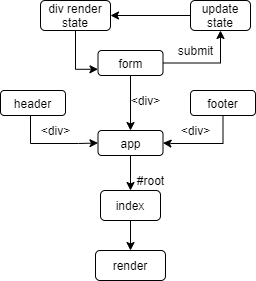
Before: uml.png, a diagram exported from draw.io (MousaSbbah/RESTy). Source tidied: cells renumbered, new cells last; positions are measured from the earlier drawing's top-left corner, leaving out a move shared by most shapes. Source of this version:
```xml
<mxGraphModel background="#ffffff">
  <root>
    <mxCell id="0" />
    <mxCell id="1" parent="0" />
    <mxCell id="2" style="edgeStyle=orthogonalEdgeStyle;rounded=0;jettySize=auto;html=1;entryX=0.5;entryY=0;entryDx=0;entryDy=0;" parent="1" edge="1" source="3" target="22">
      <mxGeometry relative="1" as="geometry" />
    </mxCell>
    <mxCell id="3" value="index" style="rounded=1;whiteSpace=wrap;html=1;" parent="1" vertex="1">
      <mxGeometry x="100" y="190" width="60" height="30" as="geometry" />
    </mxCell>
    <mxCell id="4" style="edgeStyle=orthogonalEdgeStyle;rounded=0;jettySize=auto;html=1;" parent="1" edge="1" source="5" target="3">
      <mxGeometry relative="1" as="geometry" />
    </mxCell>
    <mxCell id="5" value="app" style="rounded=1;whiteSpace=wrap;html=1;" parent="1" vertex="1">
      <mxGeometry x="97.5" y="130" width="65" height="25" as="geometry" />
    </mxCell>
    <mxCell id="6" style="edgeStyle=orthogonalEdgeStyle;rounded=0;jettySize=auto;html=1;entryX=0;entryY=0.5;entryDx=0;entryDy=0;" parent="1" edge="1" source="7" target="5">
      <mxGeometry relative="1" as="geometry">
        <Array as="points">
          <mxPoint x="30" y="143" />
          <mxPoint x="78" y="143" />
        </Array>
      </mxGeometry>
    </mxCell>
    <mxCell id="7" value="header" style="rounded=1;whiteSpace=wrap;html=1;" parent="1" vertex="1">
      <mxGeometry y="90" width="65" height="25" as="geometry" />
    </mxCell>
    <mxCell id="8" style="edgeStyle=orthogonalEdgeStyle;rounded=0;jettySize=auto;html=1;entryX=0.5;entryY=0;entryDx=0;entryDy=0;" parent="1" edge="1" source="10" target="5">
      <mxGeometry relative="1" as="geometry" />
    </mxCell>
    <mxCell id="9" style="edgeStyle=orthogonalEdgeStyle;rounded=0;jettySize=auto;html=1;" parent="1" edge="1" source="10">
      <mxGeometry relative="1" as="geometry">
        <mxPoint x="220" y="30" as="targetPoint" />
      </mxGeometry>
    </mxCell>
    <mxCell id="10" value="form" style="rounded=1;whiteSpace=wrap;html=1;" parent="1" vertex="1">
      <mxGeometry x="97.5" y="50" width="65" height="25" as="geometry" />
    </mxCell>
    <mxCell id="11" style="edgeStyle=orthogonalEdgeStyle;rounded=0;jettySize=auto;html=1;entryX=1;entryY=0.5;entryDx=0;entryDy=0;" parent="1" edge="1" source="12" target="5">
      <mxGeometry relative="1" as="geometry">
        <Array as="points">
          <mxPoint x="223" y="143" />
          <mxPoint x="170" y="143" />
          <mxPoint x="170" y="143" />
        </Array>
      </mxGeometry>
    </mxCell>
    <mxCell id="12" value="footer" style="rounded=1;whiteSpace=wrap;html=1;" parent="1" vertex="1">
      <mxGeometry x="190" y="90" width="65" height="25" as="geometry" />
    </mxCell>
    <mxCell id="13" value="submit" style="text;html=1;align=center;verticalAlign=middle;points=[];strokeColor=none;" parent="1" vertex="1">
      <mxGeometry x="170" y="40" width="50" height="20" as="geometry" />
    </mxCell>
    <mxCell id="14" style="edgeStyle=orthogonalEdgeStyle;rounded=0;jettySize=auto;html=1;entryX=1;entryY=0.5;entryDx=0;entryDy=0;" parent="1" edge="1" source="15" target="17">
      <mxGeometry relative="1" as="geometry" />
    </mxCell>
    <mxCell id="15" value="update state" style="rounded=1;whiteSpace=wrap;html=1;" parent="1" vertex="1">
      <mxGeometry x="190" width="60" height="30" as="geometry" />
    </mxCell>
    <mxCell id="16" style="edgeStyle=orthogonalEdgeStyle;rounded=0;jettySize=auto;html=1;entryX=0;entryY=0.75;entryDx=0;entryDy=0;" parent="1" edge="1" source="17" target="10">
      <mxGeometry relative="1" as="geometry" />
    </mxCell>
    <mxCell id="17" value="div render state" style="rounded=1;whiteSpace=wrap;html=1;" parent="1" vertex="1">
      <mxGeometry x="40" width="70" height="30" as="geometry" />
    </mxCell>
    <mxCell id="18" value="&amp;lt;div&amp;gt;" style="text;html=1;align=center;verticalAlign=middle;strokeColor=none;" parent="1" vertex="1">
      <mxGeometry x="120" y="90" width="50" height="20" as="geometry" />
    </mxCell>
    <mxCell id="19" value="&amp;lt;div&amp;gt;" style="text;html=1;align=center;verticalAlign=middle;strokeColor=none;" parent="1" vertex="1">
      <mxGeometry x="170" y="120" width="50" height="20" as="geometry" />
    </mxCell>
    <mxCell id="20" value="&amp;lt;div&amp;gt;" style="text;html=1;align=center;verticalAlign=middle;strokeColor=none;" parent="1" vertex="1">
      <mxGeometry x="30" y="120" width="50" height="20" as="geometry" />
    </mxCell>
    <mxCell id="21" value="#root" style="text;html=1;align=center;verticalAlign=middle;strokeColor=none;" parent="1" vertex="1">
      <mxGeometry x="130" y="170" width="40" height="20" as="geometry" />
    </mxCell>
    <mxCell id="22" value="render" style="rounded=1;whiteSpace=wrap;html=1;" parent="1" vertex="1">
      <mxGeometry x="95" y="250" width="70" height="30" as="geometry" />
    </mxCell>
  </root>
</mxGraphModel>
```
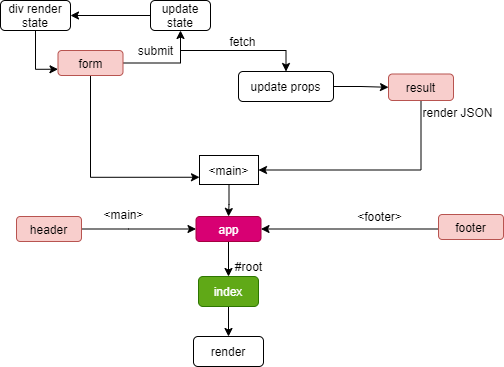
Later version of the same file.

Change to the diagram source:
```diff
@@ -5,78 +5,109 @@
     <mxCell id="2" style="edgeStyle=orthogonalEdgeStyle;rounded=0;jettySize=auto;html=1;entryX=0.5;entryY=0;entryDx=0;entryDy=0;" parent="1" edge="1" source="3" target="22">
       <mxGeometry relative="1" as="geometry" />
     </mxCell>
-    <mxCell id="3" value="index" style="rounded=1;whiteSpace=wrap;html=1;" parent="1" vertex="1">
-      <mxGeometry x="100" y="190" width="60" height="30" as="geometry" />
+    <mxCell id="3" value="index" style="rounded=1;whiteSpace=wrap;html=1;fillColor=#60a917;strokeColor=#2D7600;fontColor=#ffffff;" parent="1" vertex="1">
+      <mxGeometry x="213" y="235" width="60" height="30" as="geometry" />
     </mxCell>
     <mxCell id="4" style="edgeStyle=orthogonalEdgeStyle;rounded=0;jettySize=auto;html=1;" parent="1" edge="1" source="5" target="3">
       <mxGeometry relative="1" as="geometry" />
     </mxCell>
-    <mxCell id="5" value="app" style="rounded=1;whiteSpace=wrap;html=1;" parent="1" vertex="1">
-      <mxGeometry x="97.5" y="130" width="65" height="25" as="geometry" />
+    <mxCell id="5" value="app" style="rounded=1;whiteSpace=wrap;html=1;fillColor=#d80073;strokeColor=#A50040;fontColor=#ffffff;" parent="1" vertex="1">
+      <mxGeometry x="210.5" y="175" width="65" height="25" as="geometry" />
     </mxCell>
     <mxCell id="6" style="edgeStyle=orthogonalEdgeStyle;rounded=0;jettySize=auto;html=1;entryX=0;entryY=0.5;entryDx=0;entryDy=0;" parent="1" edge="1" source="7" target="5">
       <mxGeometry relative="1" as="geometry">
         <Array as="points">
-          <mxPoint x="30" y="143" />
-          <mxPoint x="78" y="143" />
+          <mxPoint x="143" y="188" />
+          <mxPoint x="191" y="188" />
         </Array>
       </mxGeometry>
     </mxCell>
-    <mxCell id="7" value="header" style="rounded=1;whiteSpace=wrap;html=1;" parent="1" vertex="1">
-      <mxGeometry y="90" width="65" height="25" as="geometry" />
+    <mxCell id="7" value="header" style="rounded=1;whiteSpace=wrap;html=1;fillColor=#f8cecc;strokeColor=#b85450;" parent="1" vertex="1">
+      <mxGeometry x="31" y="175" width="65" height="25" as="geometry" />
     </mxCell>
-    <mxCell id="8" style="edgeStyle=orthogonalEdgeStyle;rounded=0;jettySize=auto;html=1;entryX=0.5;entryY=0;entryDx=0;entryDy=0;" parent="1" edge="1" source="10" target="5">
-      <mxGeometry relative="1" as="geometry" />
-    </mxCell>
     <mxCell id="9" style="edgeStyle=orthogonalEdgeStyle;rounded=0;jettySize=auto;html=1;" parent="1" edge="1" source="10">
       <mxGeometry relative="1" as="geometry">
-        <mxPoint x="220" y="30" as="targetPoint" />
+        <mxPoint x="195" y="-11" as="targetPoint" />
       </mxGeometry>
     </mxCell>
+    <mxCell id="23" style="edgeStyle=orthogonalEdgeStyle;rounded=0;jettySize=auto;html=1;entryX=0;entryY=0.75;entryDx=0;entryDy=0;" parent="1" edge="1" source="10" target="32">
+      <mxGeometry relative="1" as="geometry">
+        <Array as="points">
+          <mxPoint x="105" y="136" />
+        </Array>
+      </mxGeometry>
+    </mxCell>
-    <mxCell id="10" value="form" style="rounded=1;whiteSpace=wrap;html=1;" parent="1" vertex="1">
-      <mxGeometry x="97.5" y="50" width="65" height="25" as="geometry" />
+    <mxCell id="10" value="form" style="rounded=1;whiteSpace=wrap;html=1;fillColor=#f8cecc;strokeColor=#b85450;" parent="1" vertex="1">
+      <mxGeometry x="72.5" y="9" width="65" height="25" as="geometry" />
     </mxCell>
     <mxCell id="11" style="edgeStyle=orthogonalEdgeStyle;rounded=0;jettySize=auto;html=1;entryX=1;entryY=0.5;entryDx=0;entryDy=0;" parent="1" edge="1" source="12" target="5">
       <mxGeometry relative="1" as="geometry">
         <Array as="points">
-          <mxPoint x="223" y="143" />
-          <mxPoint x="170" y="143" />
-          <mxPoint x="170" y="143" />
+          <mxPoint x="473" y="188" />
+          <mxPoint x="336" y="188" />
         </Array>
       </mxGeometry>
     </mxCell>
-    <mxCell id="12" value="footer" style="rounded=1;whiteSpace=wrap;html=1;" parent="1" vertex="1">
-      <mxGeometry x="190" y="90" width="65" height="25" as="geometry" />
+    <mxCell id="12" value="footer" style="rounded=1;whiteSpace=wrap;html=1;fillColor=#f8cecc;strokeColor=#b85450;" parent="1" vertex="1">
+      <mxGeometry x="453" y="173" width="65" height="25" as="geometry" />
     </mxCell>
+    <mxCell id="24" style="edgeStyle=orthogonalEdgeStyle;rounded=0;jettySize=auto;html=1;entryX=0.5;entryY=0;entryDx=0;entryDy=0;" parent="1" edge="1" source="13" target="27">
+      <mxGeometry relative="1" as="geometry">
+        <Array as="points">
+          <mxPoint x="300" y="9" />
+        </Array>
+      </mxGeometry>
+    </mxCell>
     <mxCell id="13" value="submit" style="text;html=1;align=center;verticalAlign=middle;points=[];strokeColor=none;" parent="1" vertex="1">
-      <mxGeometry x="170" y="40" width="50" height="20" as="geometry" />
+      <mxGeometry x="145" y="-1" width="50" height="20" as="geometry" />
     </mxCell>
     <mxCell id="14" style="edgeStyle=orthogonalEdgeStyle;rounded=0;jettySize=auto;html=1;entryX=1;entryY=0.5;entryDx=0;entryDy=0;" parent="1" edge="1" source="15" target="17">
       <mxGeometry relative="1" as="geometry" />
     </mxCell>
     <mxCell id="15" value="update state" style="rounded=1;whiteSpace=wrap;html=1;" parent="1" vertex="1">
-      <mxGeometry x="190" width="60" height="30" as="geometry" />
+      <mxGeometry x="165" y="-41" width="60" height="30" as="geometry" />
     </mxCell>
     <mxCell id="16" style="edgeStyle=orthogonalEdgeStyle;rounded=0;jettySize=auto;html=1;entryX=0;entryY=0.75;entryDx=0;entryDy=0;" parent="1" edge="1" source="17" target="10">
       <mxGeometry relative="1" as="geometry" />
     </mxCell>
     <mxCell id="17" value="div render state" style="rounded=1;whiteSpace=wrap;html=1;" parent="1" vertex="1">
-      <mxGeometry x="40" width="70" height="30" as="geometry" />
+      <mxGeometry x="15" y="-41" width="70" height="30" as="geometry" />
     </mxCell>
-    <mxCell id="18" value="&amp;lt;div&amp;gt;" style="text;html=1;align=center;verticalAlign=middle;strokeColor=none;" parent="1" vertex="1">
-      <mxGeometry x="120" y="90" width="50" height="20" as="geometry" />
-    </mxCell>
-    <mxCell id="19" value="&amp;lt;div&amp;gt;" style="text;html=1;align=center;verticalAlign=middle;strokeColor=none;" parent="1" vertex="1">
-      <mxGeometry x="170" y="120" width="50" height="20" as="geometry" />
+    <mxCell id="19" value="&amp;lt;footer&amp;gt;" style="text;html=1;align=center;verticalAlign=middle;strokeColor=none;" parent="1" vertex="1">
+      <mxGeometry x="366" y="166" width="55" height="18" as="geometry" />
     </mxCell>
-    <mxCell id="20" value="&amp;lt;div&amp;gt;" style="text;html=1;align=center;verticalAlign=middle;strokeColor=none;" parent="1" vertex="1">
-      <mxGeometry x="30" y="120" width="50" height="20" as="geometry" />
+    <mxCell id="20" value="&amp;lt;main&amp;gt;" style="text;html=1;align=center;verticalAlign=middle;strokeColor=none;" parent="1" vertex="1">
+      <mxGeometry x="113" y="164" width="50" height="18" as="geometry" />
     </mxCell>
     <mxCell id="21" value="#root" style="text;html=1;align=center;verticalAlign=middle;strokeColor=none;" parent="1" vertex="1">
-      <mxGeometry x="130" y="170" width="40" height="20" as="geometry" />
+      <mxGeometry x="243" y="215" width="40" height="20" as="geometry" />
     </mxCell>
     <mxCell id="22" value="render" style="rounded=1;whiteSpace=wrap;html=1;" parent="1" vertex="1">
-      <mxGeometry x="95" y="250" width="70" height="30" as="geometry" />
+      <mxGeometry x="208" y="295" width="70" height="30" as="geometry" />
     </mxCell>
+    <mxCell id="25" value="fetch" style="text;html=1;align=center;verticalAlign=middle;strokeColor=none;" parent="1" vertex="1">
+      <mxGeometry x="239" y="-9" width="36" height="18" as="geometry" />
+    </mxCell>
+    <mxCell id="26" style="edgeStyle=orthogonalEdgeStyle;rounded=0;jettySize=auto;html=1;" parent="1" edge="1" source="27" target="29">
+      <mxGeometry relative="1" as="geometry" />
+    </mxCell>
+    <mxCell id="27" value="update props" style="rounded=1;whiteSpace=wrap;html=1;" parent="1" vertex="1">
+      <mxGeometry x="253" y="30" width="95" height="30" as="geometry" />
+    </mxCell>
+    <mxCell id="28" style="edgeStyle=orthogonalEdgeStyle;rounded=0;jettySize=auto;html=1;exitX=0.5;exitY=1;exitDx=0;exitDy=0;entryX=1;entryY=0.5;entryDx=0;entryDy=0;" parent="1" edge="1" source="29" target="32">
+      <mxGeometry relative="1" as="geometry" />
+    </mxCell>
+    <mxCell id="29" value="result" style="rounded=1;whiteSpace=wrap;html=1;fillColor=#f8cecc;strokeColor=#b85450;" parent="1" vertex="1">
+      <mxGeometry x="403" y="32.5" width="65" height="26.5" as="geometry" />
+    </mxCell>
+    <mxCell id="30" value="render JSON" style="text;html=1;align=center;verticalAlign=middle;strokeColor=none;" parent="1" vertex="1">
+      <mxGeometry x="432" y="62" width="80" height="18" as="geometry" />
+    </mxCell>
+    <mxCell id="31" style="edgeStyle=orthogonalEdgeStyle;rounded=0;jettySize=auto;html=1;entryX=0.5;entryY=0;entryDx=0;entryDy=0;" parent="1" edge="1" source="32" target="5">
+      <mxGeometry relative="1" as="geometry" />
+    </mxCell>
+    <mxCell id="32" value="&amp;lt;main&amp;gt;" style="whiteSpace=wrap;html=1;" parent="1" vertex="1">
+      <mxGeometry x="214" y="114" width="59" height="29" as="geometry" />
+    </mxCell>
   </root>
 </mxGraphModel>
```
